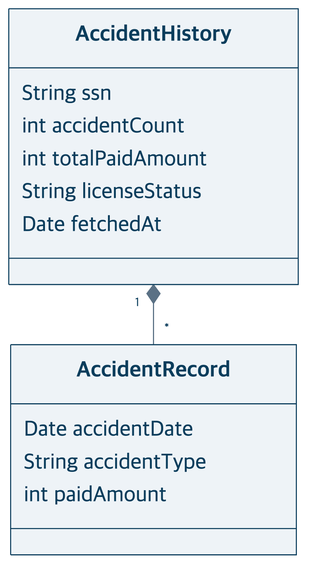
heyoonyoon/distributed-programming keeps this Mermaid diagram as docs/presentation/diagrams/clusters/accident-design.png. Above is the earlier version. Its source is kept beside it as docs/presentation/diagrams/clusters/accident-design.mmd.
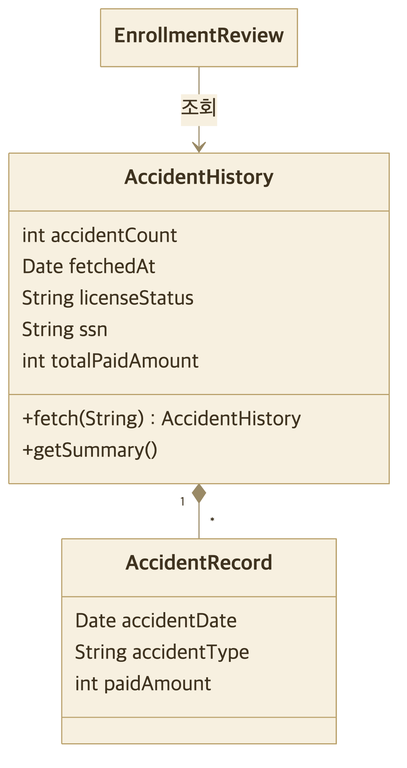
The same file after the commit.

What changed in the source:
```diff
@@ -1,15 +1,19 @@
 classDiagram
 direction TB
+class EnrollmentReview
 class AccidentHistory {
+  int accidentCount
+  Date fetchedAt
+  String licenseStatus
   String ssn
-  int accidentCount
   int totalPaidAmount
-  String licenseStatus
-  Date fetchedAt
+  +fetch(String) AccidentHistory
+  +getSummary()
 }
 class AccidentRecord {
   Date accidentDate
   String accidentType
   int paidAmount
 }
+EnrollmentReview --> AccidentHistory : 조회
 AccidentHistory "1" *-- "*" AccidentRecord
```
